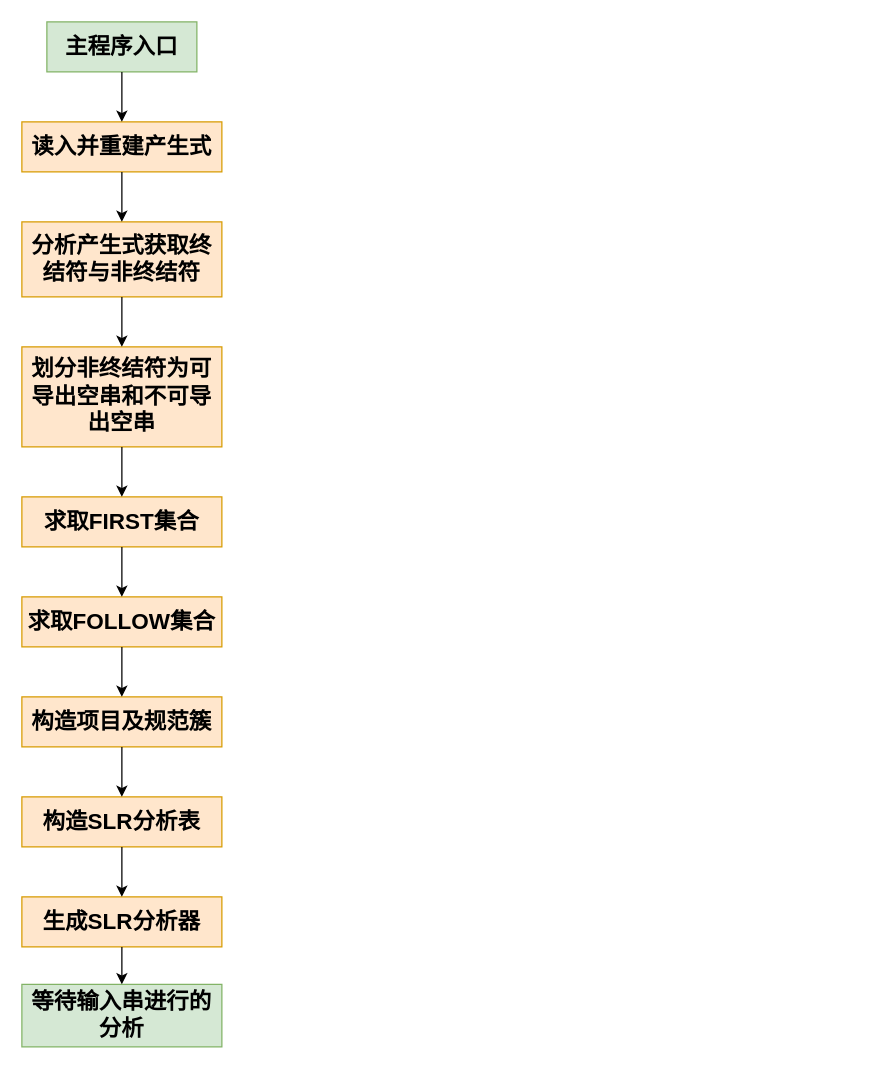
This is CS/CompilersPrinciples/GrammaticalAnalysis.drawio from umiskky/Diagrams, a draw.io file, before an edit. Source tidied: cells renumbered, new cells numbered last; positions are measured from the earlier drawing's top-left corner, leaving out a move shared by most shapes. Both pictures are drawn from the tidied source at 125%, with x=0, y=0 at pixel (21, 21).
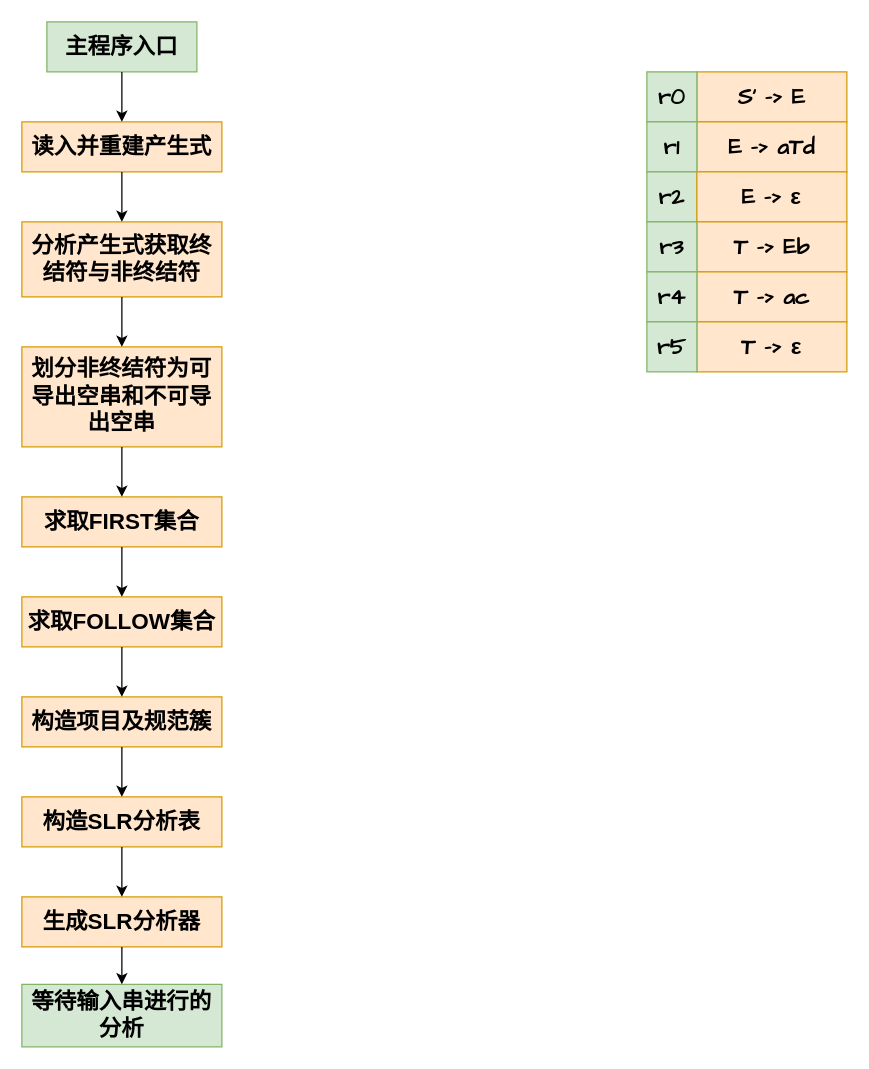
After the change.

The edit, as a diff of the source:
```diff
@@
+    <mxCell id="22" style="group;" parent="1" vertex="1">
+      <mxGeometry x="500" y="40" width="160" height="240" as="geometry" />
+    </mxCell>
+    <mxCell id="23" style="group;" parent="22" vertex="1">
+      <mxGeometry width="160" height="40" as="geometry" />
+    </mxCell>
+    <mxCell id="24" value="&lt;font style=&quot;font-size: 18px&quot; face=&quot;Comic Sans MS&quot;&gt;&lt;b&gt;S' -&amp;gt; E&lt;/b&gt;&lt;/font&gt;" style="rounded=0;whiteSpace=wrap;html=1;fillColor=#ffe6cc;strokeColor=#d79b00;" parent="23" vertex="1">
+      <mxGeometry x="40" width="120" height="40" as="geometry" />
+    </mxCell>
+    <mxCell id="25" value="&lt;font style=&quot;font-size: 18px&quot; face=&quot;Comic Sans MS&quot;&gt;&lt;b&gt;r0&lt;/b&gt;&lt;/font&gt;" style="rounded=0;whiteSpace=wrap;html=1;fillColor=#d5e8d4;strokeColor=#82b366;" parent="23" vertex="1">
+      <mxGeometry width="40" height="40" as="geometry" />
+    </mxCell>
+    <mxCell id="26" style="group;" parent="22" vertex="1">
+      <mxGeometry y="40" width="160" height="40" as="geometry" />
+    </mxCell>
+    <mxCell id="27" value="&lt;font style=&quot;font-size: 18px&quot; face=&quot;Comic Sans MS&quot;&gt;&lt;b&gt;E -&amp;gt; aTd&lt;/b&gt;&lt;/font&gt;" style="rounded=0;whiteSpace=wrap;html=1;fillColor=#ffe6cc;strokeColor=#d79b00;" parent="26" vertex="1">
+      <mxGeometry x="40" width="120" height="40" as="geometry" />
+    </mxCell>
+    <mxCell id="28" value="&lt;font style=&quot;font-size: 18px&quot; face=&quot;Comic Sans MS&quot;&gt;&lt;b&gt;r1&lt;/b&gt;&lt;/font&gt;" style="rounded=0;whiteSpace=wrap;html=1;fillColor=#d5e8d4;strokeColor=#82b366;" parent="26" vertex="1">
+      <mxGeometry width="40" height="40" as="geometry" />
+    </mxCell>
+    <mxCell id="29" style="group;" parent="22" vertex="1">
+      <mxGeometry y="80" width="160" height="40" as="geometry" />
+    </mxCell>
+    <mxCell id="30" value="&lt;font style=&quot;font-size: 18px&quot; face=&quot;Comic Sans MS&quot;&gt;&lt;b&gt;r2&lt;/b&gt;&lt;/font&gt;" style="rounded=0;whiteSpace=wrap;html=1;fillColor=#d5e8d4;strokeColor=#82b366;" parent="29" vertex="1">
+      <mxGeometry width="40" height="40" as="geometry" />
+    </mxCell>
+    <mxCell id="31" value="&lt;b style=&quot;font-family: &amp;#34;comic sans ms&amp;#34; ; font-size: 18px&quot;&gt;E -&amp;gt;&amp;nbsp;ε&lt;/b&gt;" style="rounded=0;whiteSpace=wrap;html=1;fillColor=#ffe6cc;strokeColor=#d79b00;" parent="29" vertex="1">
+      <mxGeometry x="40" width="120" height="40" as="geometry" />
+    </mxCell>
+    <mxCell id="32" style="group;" parent="22" vertex="1">
+      <mxGeometry y="120" width="160" height="40" as="geometry" />
+    </mxCell>
+    <mxCell id="33" value="&lt;font style=&quot;font-size: 18px&quot; face=&quot;Comic Sans MS&quot;&gt;&lt;b&gt;T -&amp;gt; Eb&lt;/b&gt;&lt;/font&gt;" style="rounded=0;whiteSpace=wrap;html=1;fillColor=#ffe6cc;strokeColor=#d79b00;" parent="32" vertex="1">
+      <mxGeometry x="40" width="120" height="40" as="geometry" />
+    </mxCell>
+    <mxCell id="34" value="&lt;font style=&quot;font-size: 18px&quot; face=&quot;Comic Sans MS&quot;&gt;&lt;b&gt;r3&lt;/b&gt;&lt;/font&gt;" style="rounded=0;whiteSpace=wrap;html=1;fillColor=#d5e8d4;strokeColor=#82b366;" parent="32" vertex="1">
+      <mxGeometry width="40" height="40" as="geometry" />
+    </mxCell>
+    <mxCell id="35" style="group;" parent="22" vertex="1">
+      <mxGeometry y="160" width="160" height="40" as="geometry" />
+    </mxCell>
+    <mxCell id="36" value="&lt;font style=&quot;font-size: 18px&quot; face=&quot;Comic Sans MS&quot;&gt;&lt;b&gt;T -&amp;gt; ac&lt;/b&gt;&lt;/font&gt;" style="rounded=0;whiteSpace=wrap;html=1;fillColor=#ffe6cc;strokeColor=#d79b00;" parent="35" vertex="1">
+      <mxGeometry x="40" width="120" height="40" as="geometry" />
+    </mxCell>
+    <mxCell id="37" value="&lt;font style=&quot;font-size: 18px&quot; face=&quot;Comic Sans MS&quot;&gt;&lt;b&gt;r4&lt;/b&gt;&lt;/font&gt;" style="rounded=0;whiteSpace=wrap;html=1;fillColor=#d5e8d4;strokeColor=#82b366;" parent="35" vertex="1">
+      <mxGeometry width="40" height="40" as="geometry" />
+    </mxCell>
+    <mxCell id="38" style="group;" parent="22" vertex="1">
+      <mxGeometry y="200" width="160" height="40" as="geometry" />
+    </mxCell>
+    <mxCell id="39" value="&lt;font style=&quot;font-size: 18px&quot; face=&quot;Comic Sans MS&quot;&gt;&lt;b&gt;T -&amp;gt;&amp;nbsp;&lt;/b&gt;&lt;/font&gt;&lt;b style=&quot;font-family: &amp;#34;comic sans ms&amp;#34; ; font-size: 18px&quot;&gt;ε&lt;/b&gt;" style="rounded=0;whiteSpace=wrap;html=1;fillColor=#ffe6cc;strokeColor=#d79b00;" parent="38" vertex="1">
+      <mxGeometry x="40" width="120" height="40" as="geometry" />
+    </mxCell>
+    <mxCell id="40" value="&lt;font style=&quot;font-size: 18px&quot; face=&quot;Comic Sans MS&quot;&gt;&lt;b&gt;r5&lt;/b&gt;&lt;/font&gt;" style="rounded=0;whiteSpace=wrap;html=1;fillColor=#d5e8d4;strokeColor=#82b366;" parent="38" vertex="1">
+      <mxGeometry width="40" height="40" as="geometry" />
+    </mxCell>
```
